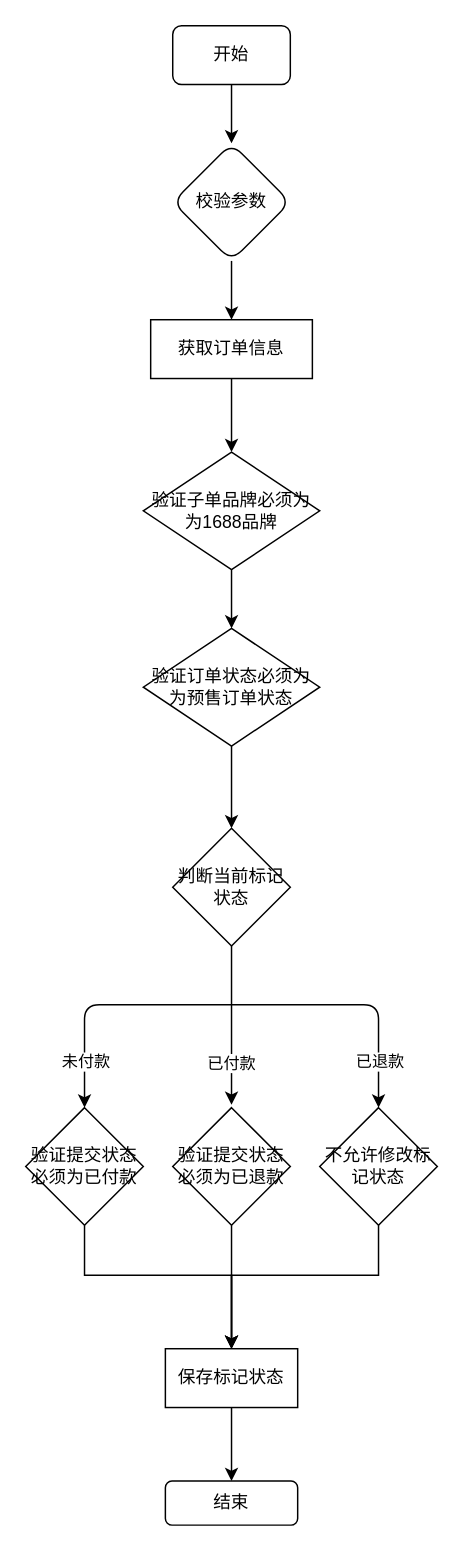
15219150444/my_self keeps this draw.io diagram as 修改标记状态.drawio. Above is the earlier version. Source tidied: cells renumbered, new cells numbered last; positions are measured from the earlier drawing's top-left corner, leaving out a move shared by most shapes. Both pictures are drawn from the tidied source at 147%, with x=0, y=0 at pixel (25, 25).
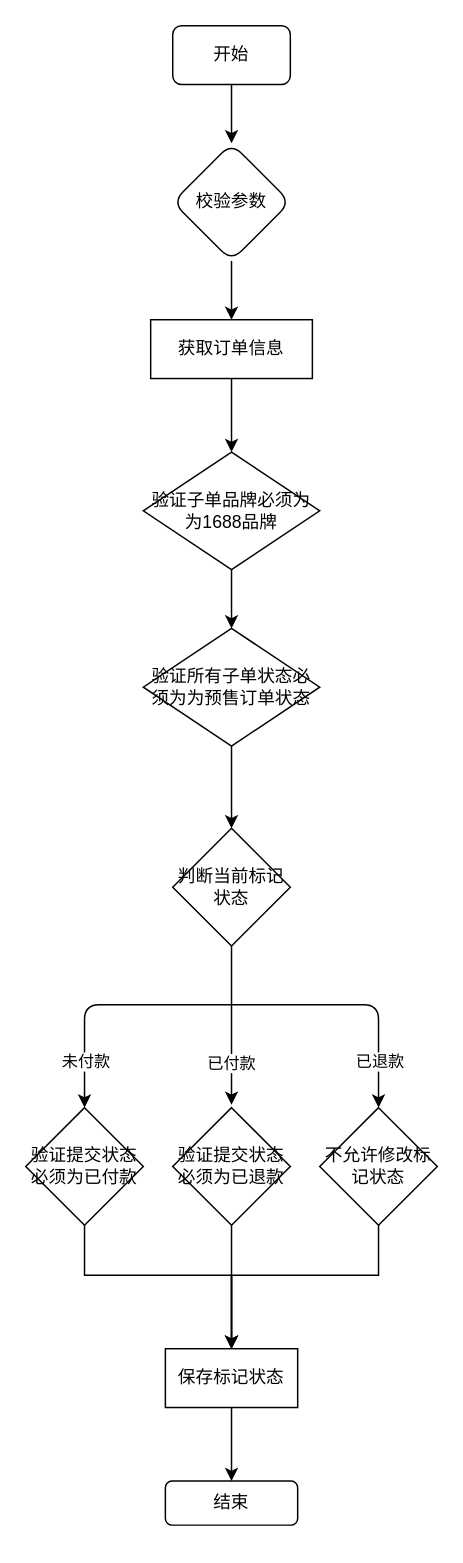
The same diagram, later.

Commit message:
更新修改标记状态.drawio

The edit, as a diff of the source:
```diff
@@
-    <mxCell id="20" value="验证订单状态必须为为预售订单状态" style="rhombus;whiteSpace=wrap;html=1;" parent="1" vertex="1">
+    <mxCell id="20" value="验证所有子单状态必须为为预售订单状态" style="rhombus;whiteSpace=wrap;html=1;" parent="1" vertex="1">
       <mxGeometry x="80" y="410" width="120" height="80" as="geometry" />
     </mxCell>
```
